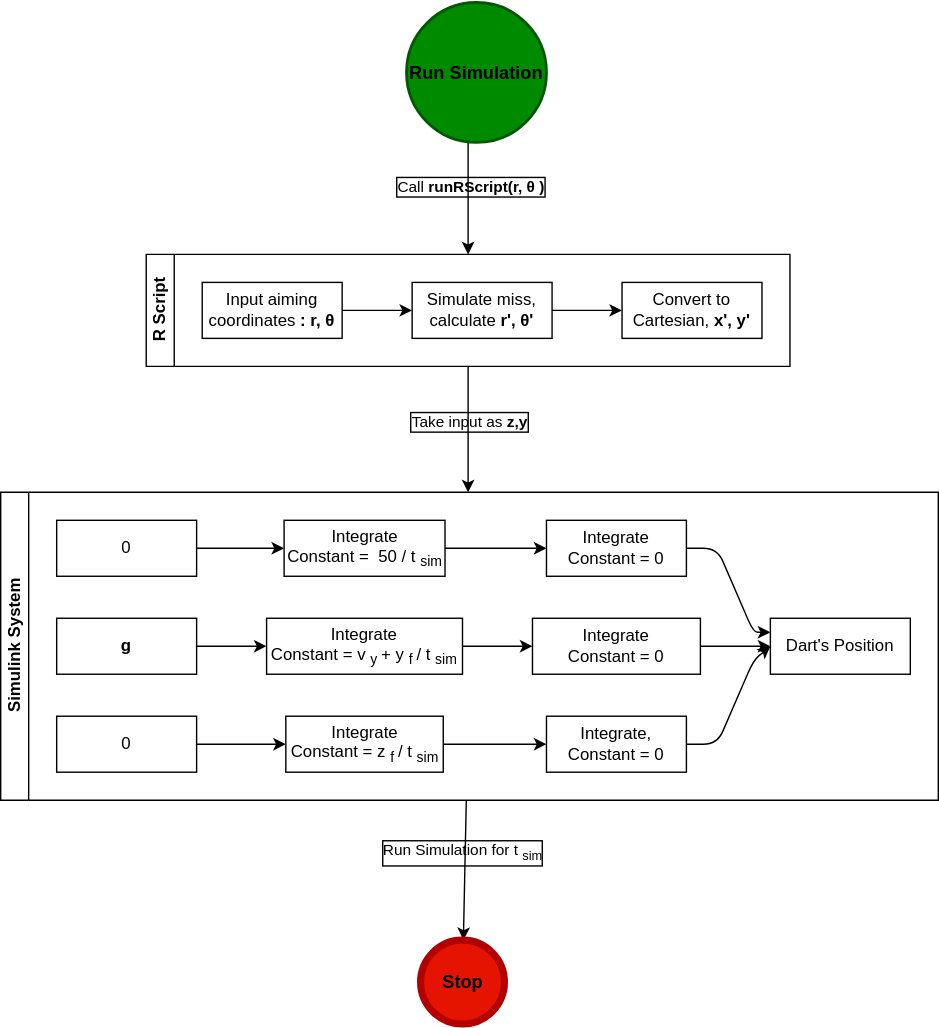
ojaroker/Darts keeps this draw.io diagram as img/projFlow.drawio.svg. Above is the earlier version. Source tidied: cells renumbered, new cells last; positions are measured from the earlier drawing's top-left corner, leaving out a move shared by most shapes.
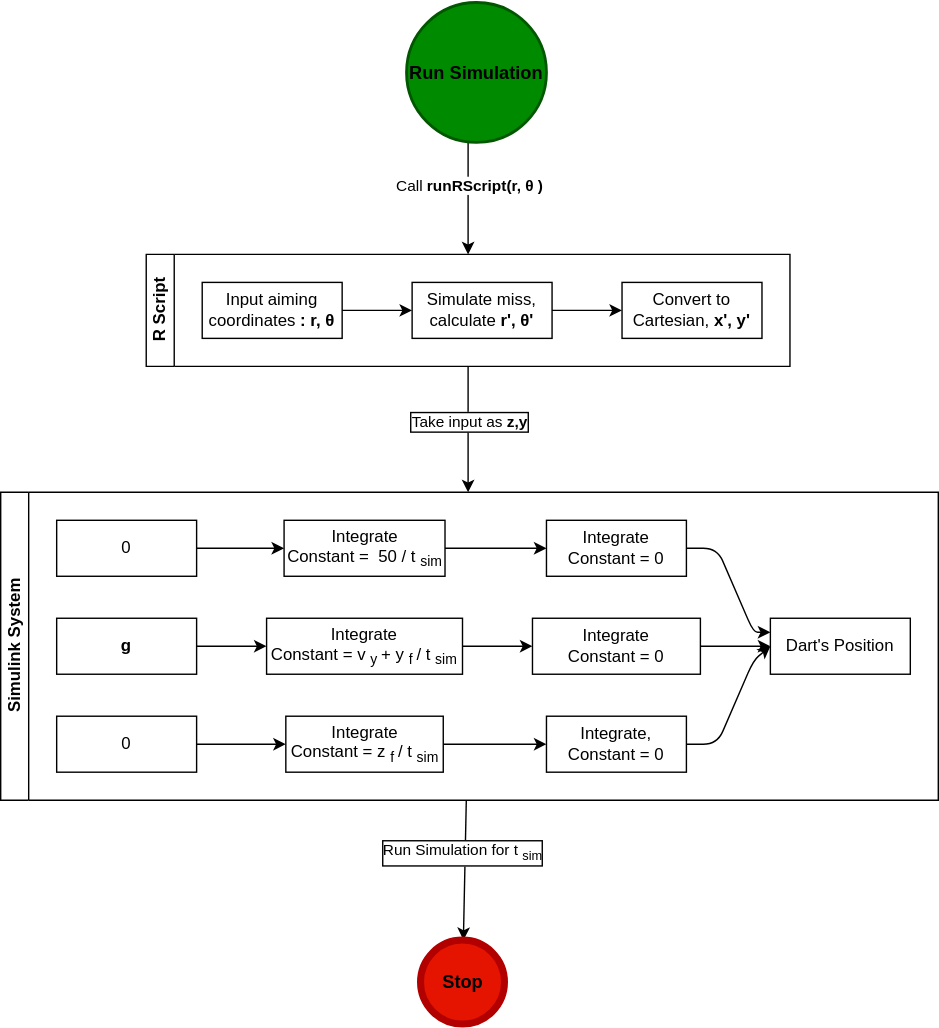
The same file after the commit.

What changed in the source:
```diff
@@ -7,8 +7,10 @@
         <mxPoint x="334" y="100" as="sourcePoint" />
       </mxGeometry>
     </mxCell>
-    <mxCell id="3" value="Call &lt;b&gt;runRScript(r,&lt;/b&gt;&lt;span style=&quot;text-align: start;&quot;&gt;&lt;b&gt;θ&lt;/b&gt;&lt;/span&gt;&lt;b&gt;)&lt;/b&gt;" style="edgeLabel;html=1;align=center;verticalAlign=middle;fontColor=#000000;labelBackgroundColor=none;labelBorderColor=default;spacing=8;spacingLeft=0;" parent="2" vertex="1">
-      <mxGeometry x="-0.22" y="1" relative="1" as="geometry" />
+    <mxCell id="3" value="&lt;span style=&quot;&quot;&gt;Call&amp;nbsp;&lt;/span&gt;&lt;b style=&quot;&quot;&gt;runRScript(r,&lt;/b&gt;&lt;span style=&quot;text-align: start;&quot;&gt;&lt;b&gt;θ&lt;/b&gt;&lt;/span&gt;&lt;b style=&quot;&quot;&gt;)&lt;/b&gt;" style="edgeLabel;html=1;align=center;verticalAlign=middle;fontColor=#000000;labelBackgroundColor=#FFFFFF;" parent="2" vertex="1">
+      <mxGeometry x="-0.35" y="-1" relative="1" as="geometry">
+        <mxPoint x="1" y="4" as="offset" />
+      </mxGeometry>
     </mxCell>
     <mxCell id="4" value="&lt;font size=&quot;1&quot; color=&quot;#000000&quot;&gt;&lt;b style=&quot;font-size: 13px;&quot;&gt;Run Simulation&lt;/b&gt;&lt;/font&gt;" style="strokeWidth=2;html=1;shape=mxgraph.flowchart.start_2;whiteSpace=wrap;fillColor=#008a00;fontColor=#ffffff;strokeColor=#005700;" parent="1" vertex="1">
       <mxGeometry x="290" width="100" height="100" as="geometry" />
@@ -18,7 +20,7 @@
         <mxPoint x="334" y="350" as="targetPoint" />
       </mxGeometry>
     </mxCell>
-    <mxCell id="6" value="Take input as &lt;b&gt;z,y&lt;/b&gt;" style="edgeLabel;html=1;align=center;verticalAlign=middle;fontColor=#000000;labelBackgroundColor=none;labelBorderColor=default;" parent="5" vertex="1">
+    <mxCell id="6" value="Take input as &lt;b&gt;z,y&lt;/b&gt;" style="edgeLabel;html=1;align=center;verticalAlign=middle;fontColor=#000000;labelBackgroundColor=#FFFFFF;labelBorderColor=default;" parent="5" vertex="1">
       <mxGeometry x="0.27" relative="1" as="geometry">
         <mxPoint y="-18" as="offset" />
       </mxGeometry>
@@ -54,7 +56,7 @@
     <mxCell id="13" style="edgeStyle=none;html=1;fontSize=13;fontColor=#FFFFFF;" parent="1" edge="1" source="15" target="45">
       <mxGeometry relative="1" as="geometry" />
     </mxCell>
-    <mxCell id="14" value="Run Simulation for t&lt;sub&gt;sim&lt;/sub&gt;" style="edgeLabel;html=1;align=center;verticalAlign=middle;fontColor=#000000;labelBackgroundColor=none;labelBorderColor=default;" parent="13" vertex="1">
+    <mxCell id="14" value="Run Simulation for t&lt;sub&gt;sim&lt;/sub&gt;" style="edgeLabel;html=1;align=center;verticalAlign=middle;fontColor=#000000;labelBackgroundColor=#FFFFFF;labelBorderColor=default;" parent="13" vertex="1">
       <mxGeometry x="-0.24" y="-2" relative="1" as="geometry" />
     </mxCell>
     <mxCell id="15" value="Simulink System" style="swimlane;html=1;startSize=20;horizontal=0;flowOrientation=west;interRankCellSpacing=50;containerType=tree;fontSize=12;" parent="1" vertex="1">
```
